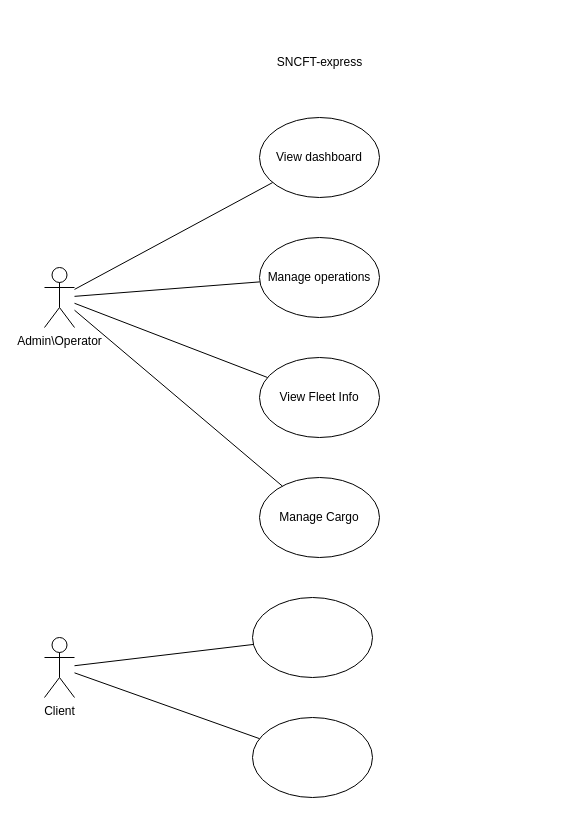
The draw.io diagram global_usecase_diagram.drawio in Cconstantinee/test101, before the edit. Source tidied: cells renumbered, new cells numbered last; positions are measured from the earlier drawing's top-left corner, leaving out a move shared by most shapes. Both pictures are drawn from the tidied source at 100%, with x=0, y=0 at pixel (44, 47).
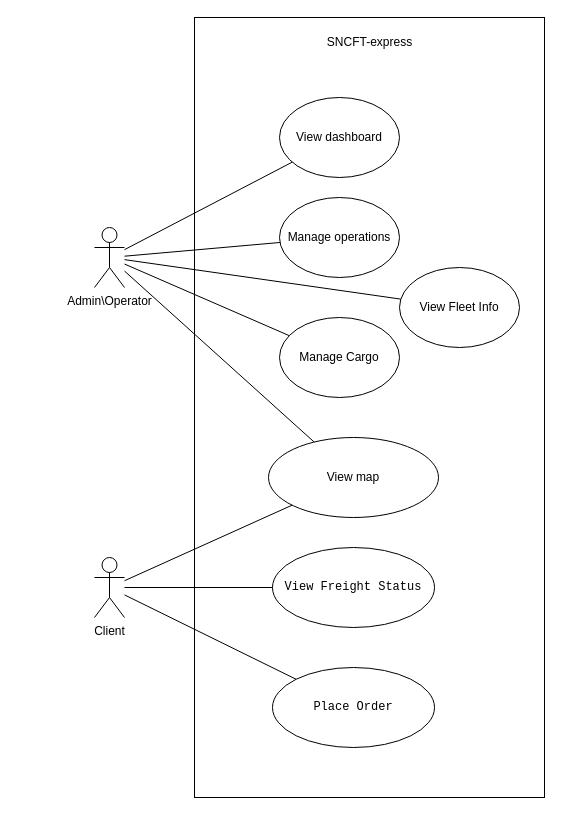
Above is the later version.

The edit, as a diff of the source:
```diff
@@
     <mxCell id="2" value="Admin\Operator" style="shape=umlActor;verticalLabelPosition=bottom;verticalAlign=top;html=1;outlineConnect=0;" parent="1" vertex="1">
-      <mxGeometry y="220" width="30" height="60" as="geometry" />
+      <mxGeometry x="50" y="180" width="30" height="60" as="geometry" />
     </mxCell>
     <mxCell id="3" value="&lt;div&gt;Client&lt;/div&gt;&lt;div&gt;&lt;br&gt;&lt;/div&gt;" style="shape=umlActor;verticalLabelPosition=bottom;verticalAlign=top;html=1;outlineConnect=0;" parent="1" vertex="1">
-      <mxGeometry y="590" width="30" height="60" as="geometry" />
+      <mxGeometry x="50" y="510" width="30" height="60" as="geometry" />
     </mxCell>
     <mxCell id="4" value="View dashboard" style="ellipse;whiteSpace=wrap;html=1;" parent="1" vertex="1">
-      <mxGeometry x="215" y="70" width="120" height="80" as="geometry" />
+      <mxGeometry x="235" y="50" width="120" height="80" as="geometry" />
     </mxCell>
     <mxCell id="5" value="Manage operations" style="ellipse;whiteSpace=wrap;html=1;" parent="1" vertex="1">
-      <mxGeometry x="215" y="190" width="120" height="80" as="geometry" />
+      <mxGeometry x="235" y="150" width="120" height="80" as="geometry" />
     </mxCell>
     <mxCell id="6" value="View Fleet Info" style="ellipse;whiteSpace=wrap;html=1;" parent="1" vertex="1">
-      <mxGeometry x="215" y="310" width="120" height="80" as="geometry" />
+      <mxGeometry x="355" y="220" width="120" height="80" as="geometry" />
     </mxCell>
     <mxCell id="7" value="Manage Cargo" style="ellipse;whiteSpace=wrap;html=1;" parent="1" vertex="1">
-      <mxGeometry x="215" y="430" width="120" height="80" as="geometry" />
+      <mxGeometry x="235" y="270" width="120" height="80" as="geometry" />
     </mxCell>
     <mxCell id="8" value="SNCFT-express" style="text;html=1;align=center;verticalAlign=middle;whiteSpace=wrap;rounded=0;" parent="1" vertex="1">
-      <mxGeometry x="222.5" width="105" height="30" as="geometry" />
+      <mxGeometry x="272.5" y="-20" width="105" height="30" as="geometry" />
     </mxCell>
@@
-    <mxCell id="13" style="ellipse;whiteSpace=wrap;html=1;" parent="1" vertex="1">
-      <mxGeometry x="208" y="550" width="120" height="80" as="geometry" />
+    <mxCell id="13" value="&lt;pre&gt;&lt;code&gt;View Freight Status&lt;/code&gt;&lt;/pre&gt;" style="ellipse;whiteSpace=wrap;html=1;" parent="1" vertex="1">
+      <mxGeometry x="228" y="500" width="162" height="80" as="geometry" />
     </mxCell>
-    <mxCell id="14" style="ellipse;whiteSpace=wrap;html=1;" parent="1" vertex="1">
-      <mxGeometry x="208" y="670" width="120" height="80" as="geometry" />
+    <mxCell id="14" value="&lt;pre&gt;&lt;code&gt;Place Order&lt;/code&gt;&lt;/pre&gt;" style="ellipse;whiteSpace=wrap;html=1;" parent="1" vertex="1">
+      <mxGeometry x="228" y="620" width="162" height="80" as="geometry" />
     </mxCell>
@@
+    <mxCell id="17" value="&lt;div&gt;View map&lt;/div&gt;" style="ellipse;whiteSpace=wrap;html=1;" parent="1" vertex="1">
+      <mxGeometry x="224" y="390" width="170" height="80" as="geometry" />
+    </mxCell>
+    <mxCell id="18" style="endArrow=none;html=1;rounded=0;" parent="1" edge="1" source="3" target="17">
+      <mxGeometry relative="1" as="geometry" />
+    </mxCell>
+    <mxCell id="19" style="endArrow=none;html=1;rounded=0;" parent="1" edge="1" source="2" target="17">
+      <mxGeometry relative="1" as="geometry" />
+    </mxCell>
+    <mxCell id="20" style="rounded=0;whiteSpace=wrap;html=1;fillColor=none;" parent="1" vertex="1">
+      <mxGeometry x="150" y="-30" width="350" height="780" as="geometry" />
+    </mxCell>
```
